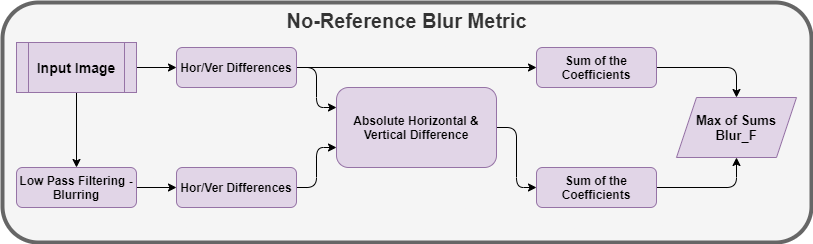
tsakalifas79/Thesis keeps this draw.io diagram as Draw/SystemFlowDiagram-No-Reference Blur Metric.png. Above is the earlier version. Source tidied: cells renumbered, new cells last; positions are measured from the earlier drawing's top-left corner, leaving out a move shared by most shapes. Source of this version:
```xml
<mxGraphModel>
  <root>
    <mxCell id="0" />
    <mxCell id="1" parent="0" />
    <mxCell id="2" value="&lt;font&gt;&lt;span style=&quot;font-size: 20px&quot;&gt;&lt;b&gt;No-Reference Blur Metric&lt;/b&gt;&lt;/span&gt;&lt;br&gt;&lt;/font&gt;" style="rounded=1;whiteSpace=wrap;html=1;verticalAlign=top;strokeColor=#666666;strokeWidth=4;fillColor=#f5f5f5;fontColor=#333333;" parent="1" vertex="1">
      <mxGeometry width="809" height="240" as="geometry" />
    </mxCell>
    <mxCell id="3" style="edgeStyle=orthogonalEdgeStyle;rounded=1;jettySize=auto;html=1;exitX=0.5;exitY=1;exitDx=0;exitDy=0;entryX=0.5;entryY=0;entryDx=0;entryDy=0;" parent="1" edge="1" source="5" target="7">
      <mxGeometry relative="1" as="geometry" />
    </mxCell>
    <mxCell id="4" style="edgeStyle=orthogonalEdgeStyle;rounded=1;jettySize=auto;html=1;exitX=1;exitY=0.5;exitDx=0;exitDy=0;entryX=0;entryY=0.5;entryDx=0;entryDy=0;" parent="1" edge="1" source="5" target="10">
      <mxGeometry relative="1" as="geometry" />
    </mxCell>
    <mxCell id="5" value="&lt;span style=&quot;font-size: 14px&quot;&gt;&lt;b&gt;Input Image&lt;br&gt;&lt;/b&gt;&lt;/span&gt;" style="shape=process;whiteSpace=wrap;html=1;backgroundOutline=1;fillColor=#e1d5e7;strokeColor=#9673a6;" parent="1" vertex="1">
      <mxGeometry x="14" y="40" width="120" height="50" as="geometry" />
    </mxCell>
    <mxCell id="6" style="edgeStyle=orthogonalEdgeStyle;rounded=1;jettySize=auto;html=1;exitX=1;exitY=0.5;exitDx=0;exitDy=0;entryX=0;entryY=0.5;entryDx=0;entryDy=0;" parent="1" edge="1" source="7" target="12">
      <mxGeometry relative="1" as="geometry" />
    </mxCell>
    <mxCell id="7" value="&lt;b&gt;&lt;span class=&quot;ILfuVd&quot;&gt;&lt;span class=&quot;hgKElc&quot;&gt;&lt;b&gt;Low Pass Filtering - Blurring&lt;/b&gt;&lt;/span&gt;&lt;/span&gt;&lt;/b&gt;" style="rounded=1;whiteSpace=wrap;html=1;fontSize=12;glass=0;strokeWidth=1;shadow=0;fillColor=#e1d5e7;strokeColor=#9673a6;" parent="1" vertex="1">
      <mxGeometry x="14" y="165" width="120" height="40" as="geometry" />
    </mxCell>
    <mxCell id="8" style="edgeStyle=orthogonalEdgeStyle;rounded=1;jettySize=auto;html=1;exitX=1;exitY=0.5;exitDx=0;exitDy=0;entryX=0;entryY=0.25;entryDx=0;entryDy=0;" parent="1" edge="1" source="10" target="14">
      <mxGeometry relative="1" as="geometry" />
    </mxCell>
    <mxCell id="9" style="edgeStyle=orthogonalEdgeStyle;rounded=1;jettySize=auto;html=1;exitX=1;exitY=0.5;exitDx=0;exitDy=0;entryX=0;entryY=0.5;entryDx=0;entryDy=0;" parent="1" edge="1" source="10" target="16">
      <mxGeometry relative="1" as="geometry" />
    </mxCell>
    <mxCell id="10" value="&lt;b&gt;&lt;span class=&quot;ILfuVd&quot;&gt;&lt;span class=&quot;hgKElc&quot;&gt;&lt;b&gt;Hor/Ver Differences&lt;/b&gt;&lt;/span&gt;&lt;/span&gt;&lt;/b&gt;" style="rounded=1;whiteSpace=wrap;html=1;fontSize=12;glass=0;strokeWidth=1;shadow=0;fillColor=#e1d5e7;strokeColor=#9673a6;" parent="1" vertex="1">
      <mxGeometry x="174" y="45" width="120" height="40" as="geometry" />
    </mxCell>
    <mxCell id="11" style="edgeStyle=orthogonalEdgeStyle;rounded=1;jettySize=auto;html=1;exitX=1;exitY=0.5;exitDx=0;exitDy=0;entryX=0;entryY=0.75;entryDx=0;entryDy=0;" parent="1" edge="1" source="12" target="14">
      <mxGeometry relative="1" as="geometry" />
    </mxCell>
    <mxCell id="12" value="&lt;b&gt;&lt;span class=&quot;ILfuVd&quot;&gt;&lt;span class=&quot;hgKElc&quot;&gt;&lt;b&gt;Hor/Ver Differences&lt;/b&gt;&lt;/span&gt;&lt;/span&gt;&lt;/b&gt;" style="rounded=1;whiteSpace=wrap;html=1;fontSize=12;glass=0;strokeWidth=1;shadow=0;fillColor=#e1d5e7;strokeColor=#9673a6;" parent="1" vertex="1">
      <mxGeometry x="174" y="165" width="120" height="40" as="geometry" />
    </mxCell>
    <mxCell id="13" style="edgeStyle=orthogonalEdgeStyle;rounded=1;jettySize=auto;html=1;exitX=1;exitY=0.5;exitDx=0;exitDy=0;entryX=0;entryY=0.5;entryDx=0;entryDy=0;" parent="1" edge="1" source="14" target="18">
      <mxGeometry relative="1" as="geometry" />
    </mxCell>
    <mxCell id="14" value="&lt;b&gt;Absolute Horizontal &amp;amp; Vertical Difference&lt;/b&gt;" style="rounded=1;whiteSpace=wrap;html=1;fontSize=12;glass=0;strokeWidth=1;shadow=0;fillColor=#e1d5e7;strokeColor=#9673a6;" parent="1" vertex="1">
      <mxGeometry x="334" y="85" width="160" height="80" as="geometry" />
    </mxCell>
    <mxCell id="15" style="edgeStyle=orthogonalEdgeStyle;rounded=1;jettySize=auto;html=1;exitX=1;exitY=0.5;exitDx=0;exitDy=0;entryX=0.5;entryY=0;entryDx=0;entryDy=0;" parent="1" edge="1" source="16" target="19">
      <mxGeometry relative="1" as="geometry" />
    </mxCell>
    <mxCell id="16" value="&lt;b&gt;Sum of the Coefficients&lt;/b&gt;" style="rounded=1;whiteSpace=wrap;html=1;fontSize=12;glass=0;strokeWidth=1;shadow=0;fillColor=#e1d5e7;strokeColor=#9673a6;" parent="1" vertex="1">
      <mxGeometry x="534" y="45" width="120" height="40" as="geometry" />
    </mxCell>
    <mxCell id="17" style="edgeStyle=orthogonalEdgeStyle;rounded=1;jettySize=auto;html=1;exitX=1;exitY=0.5;exitDx=0;exitDy=0;entryX=0.5;entryY=1;entryDx=0;entryDy=0;" parent="1" edge="1" source="18" target="19">
      <mxGeometry relative="1" as="geometry" />
    </mxCell>
    <mxCell id="18" value="&lt;b&gt;Sum of the Coefficients&lt;/b&gt;" style="rounded=1;whiteSpace=wrap;html=1;fontSize=12;glass=0;strokeWidth=1;shadow=0;fillColor=#e1d5e7;strokeColor=#9673a6;" parent="1" vertex="1">
      <mxGeometry x="534" y="165" width="120" height="40" as="geometry" />
    </mxCell>
    <mxCell id="19" value="&lt;b style=&quot;font-size: 13px&quot;&gt;Max of Sums&lt;br&gt;Blur_F&lt;/b&gt;" style="shape=parallelogram;perimeter=parallelogramPerimeter;whiteSpace=wrap;html=1;fixedSize=1;fillColor=#e1d5e7;strokeColor=#9673a6;" parent="1" vertex="1">
      <mxGeometry x="674" y="95" width="120" height="60" as="geometry" />
    </mxCell>
  </root>
</mxGraphModel>
```
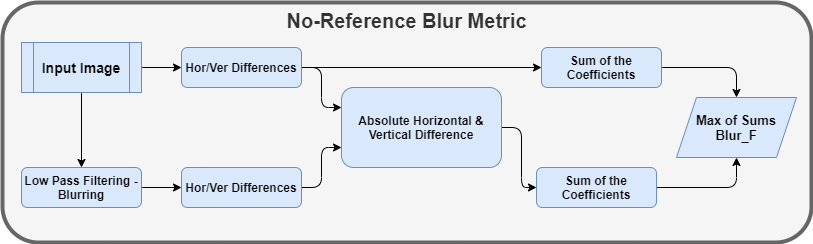
After the change.

The edit, as a diff of the source:
```diff
@@ -3,7 +3,7 @@
     <mxCell id="0" />
     <mxCell id="1" parent="0" />
     <mxCell id="2" value="&lt;font&gt;&lt;span style=&quot;font-size: 20px&quot;&gt;&lt;b&gt;No-Reference Blur Metric&lt;/b&gt;&lt;/span&gt;&lt;br&gt;&lt;/font&gt;" style="rounded=1;whiteSpace=wrap;html=1;verticalAlign=top;strokeColor=#666666;strokeWidth=4;fillColor=#f5f5f5;fontColor=#333333;" parent="1" vertex="1">
-      <mxGeometry width="809" height="240" as="geometry" />
+      <mxGeometry x="-5" width="809" height="240" as="geometry" />
     </mxCell>
     <mxCell id="3" style="edgeStyle=orthogonalEdgeStyle;rounded=1;jettySize=auto;html=1;exitX=0.5;exitY=1;exitDx=0;exitDy=0;entryX=0.5;entryY=0;entryDx=0;entryDy=0;" parent="1" edge="1" source="5" target="7">
       <mxGeometry relative="1" as="geometry" />
@@ -11,13 +11,13 @@
     <mxCell id="4" style="edgeStyle=orthogonalEdgeStyle;rounded=1;jettySize=auto;html=1;exitX=1;exitY=0.5;exitDx=0;exitDy=0;entryX=0;entryY=0.5;entryDx=0;entryDy=0;" parent="1" edge="1" source="5" target="10">
       <mxGeometry relative="1" as="geometry" />
     </mxCell>
-    <mxCell id="5" value="&lt;span style=&quot;font-size: 14px&quot;&gt;&lt;b&gt;Input Image&lt;br&gt;&lt;/b&gt;&lt;/span&gt;" style="shape=process;whiteSpace=wrap;html=1;backgroundOutline=1;fillColor=#e1d5e7;strokeColor=#9673a6;" parent="1" vertex="1">
+    <mxCell id="5" value="&lt;span style=&quot;font-size: 14px&quot;&gt;&lt;b&gt;Input Image&lt;br&gt;&lt;/b&gt;&lt;/span&gt;" style="shape=process;whiteSpace=wrap;html=1;backgroundOutline=1;fillColor=#dae8fc;strokeColor=#6c8ebf;" parent="1" vertex="1">
       <mxGeometry x="14" y="40" width="120" height="50" as="geometry" />
     </mxCell>
     <mxCell id="6" style="edgeStyle=orthogonalEdgeStyle;rounded=1;jettySize=auto;html=1;exitX=1;exitY=0.5;exitDx=0;exitDy=0;entryX=0;entryY=0.5;entryDx=0;entryDy=0;" parent="1" edge="1" source="7" target="12">
       <mxGeometry relative="1" as="geometry" />
     </mxCell>
-    <mxCell id="7" value="&lt;b&gt;&lt;span class=&quot;ILfuVd&quot;&gt;&lt;span class=&quot;hgKElc&quot;&gt;&lt;b&gt;Low Pass Filtering - Blurring&lt;/b&gt;&lt;/span&gt;&lt;/span&gt;&lt;/b&gt;" style="rounded=1;whiteSpace=wrap;html=1;fontSize=12;glass=0;strokeWidth=1;shadow=0;fillColor=#e1d5e7;strokeColor=#9673a6;" parent="1" vertex="1">
+    <mxCell id="7" value="&lt;b&gt;&lt;span class=&quot;ILfuVd&quot;&gt;&lt;span class=&quot;hgKElc&quot;&gt;&lt;b&gt;Low Pass Filtering - Blurring&lt;/b&gt;&lt;/span&gt;&lt;/span&gt;&lt;/b&gt;" style="rounded=1;whiteSpace=wrap;html=1;fontSize=12;glass=0;strokeWidth=1;shadow=0;fillColor=#dae8fc;strokeColor=#6c8ebf;" parent="1" vertex="1">
       <mxGeometry x="14" y="165" width="120" height="40" as="geometry" />
     </mxCell>
     <mxCell id="8" style="edgeStyle=orthogonalEdgeStyle;rounded=1;jettySize=auto;html=1;exitX=1;exitY=0.5;exitDx=0;exitDy=0;entryX=0;entryY=0.25;entryDx=0;entryDy=0;" parent="1" edge="1" source="10" target="14">
@@ -26,35 +26,35 @@
     <mxCell id="9" style="edgeStyle=orthogonalEdgeStyle;rounded=1;jettySize=auto;html=1;exitX=1;exitY=0.5;exitDx=0;exitDy=0;entryX=0;entryY=0.5;entryDx=0;entryDy=0;" parent="1" edge="1" source="10" target="16">
       <mxGeometry relative="1" as="geometry" />
     </mxCell>
-    <mxCell id="10" value="&lt;b&gt;&lt;span class=&quot;ILfuVd&quot;&gt;&lt;span class=&quot;hgKElc&quot;&gt;&lt;b&gt;Hor/Ver Differences&lt;/b&gt;&lt;/span&gt;&lt;/span&gt;&lt;/b&gt;" style="rounded=1;whiteSpace=wrap;html=1;fontSize=12;glass=0;strokeWidth=1;shadow=0;fillColor=#e1d5e7;strokeColor=#9673a6;" parent="1" vertex="1">
+    <mxCell id="10" value="&lt;b&gt;&lt;span class=&quot;ILfuVd&quot;&gt;&lt;span class=&quot;hgKElc&quot;&gt;&lt;b&gt;Hor/Ver Differences&lt;/b&gt;&lt;/span&gt;&lt;/span&gt;&lt;/b&gt;" style="rounded=1;whiteSpace=wrap;html=1;fontSize=12;glass=0;strokeWidth=1;shadow=0;fillColor=#dae8fc;strokeColor=#6c8ebf;" parent="1" vertex="1">
       <mxGeometry x="174" y="45" width="120" height="40" as="geometry" />
     </mxCell>
     <mxCell id="11" style="edgeStyle=orthogonalEdgeStyle;rounded=1;jettySize=auto;html=1;exitX=1;exitY=0.5;exitDx=0;exitDy=0;entryX=0;entryY=0.75;entryDx=0;entryDy=0;" parent="1" edge="1" source="12" target="14">
       <mxGeometry relative="1" as="geometry" />
     </mxCell>
-    <mxCell id="12" value="&lt;b&gt;&lt;span class=&quot;ILfuVd&quot;&gt;&lt;span class=&quot;hgKElc&quot;&gt;&lt;b&gt;Hor/Ver Differences&lt;/b&gt;&lt;/span&gt;&lt;/span&gt;&lt;/b&gt;" style="rounded=1;whiteSpace=wrap;html=1;fontSize=12;glass=0;strokeWidth=1;shadow=0;fillColor=#e1d5e7;strokeColor=#9673a6;" parent="1" vertex="1">
+    <mxCell id="12" value="&lt;b&gt;&lt;span class=&quot;ILfuVd&quot;&gt;&lt;span class=&quot;hgKElc&quot;&gt;&lt;b&gt;Hor/Ver Differences&lt;/b&gt;&lt;/span&gt;&lt;/span&gt;&lt;/b&gt;" style="rounded=1;whiteSpace=wrap;html=1;fontSize=12;glass=0;strokeWidth=1;shadow=0;fillColor=#dae8fc;strokeColor=#6c8ebf;" parent="1" vertex="1">
       <mxGeometry x="174" y="165" width="120" height="40" as="geometry" />
     </mxCell>
     <mxCell id="13" style="edgeStyle=orthogonalEdgeStyle;rounded=1;jettySize=auto;html=1;exitX=1;exitY=0.5;exitDx=0;exitDy=0;entryX=0;entryY=0.5;entryDx=0;entryDy=0;" parent="1" edge="1" source="14" target="18">
       <mxGeometry relative="1" as="geometry" />
     </mxCell>
-    <mxCell id="14" value="&lt;b&gt;Absolute Horizontal &amp;amp; Vertical Difference&lt;/b&gt;" style="rounded=1;whiteSpace=wrap;html=1;fontSize=12;glass=0;strokeWidth=1;shadow=0;fillColor=#e1d5e7;strokeColor=#9673a6;" parent="1" vertex="1">
+    <mxCell id="14" value="&lt;b&gt;Absolute Horizontal &amp;amp; Vertical Difference&lt;/b&gt;" style="rounded=1;whiteSpace=wrap;html=1;fontSize=12;glass=0;strokeWidth=1;shadow=0;fillColor=#dae8fc;strokeColor=#6c8ebf;" parent="1" vertex="1">
       <mxGeometry x="334" y="85" width="160" height="80" as="geometry" />
     </mxCell>
     <mxCell id="15" style="edgeStyle=orthogonalEdgeStyle;rounded=1;jettySize=auto;html=1;exitX=1;exitY=0.5;exitDx=0;exitDy=0;entryX=0.5;entryY=0;entryDx=0;entryDy=0;" parent="1" edge="1" source="16" target="19">
       <mxGeometry relative="1" as="geometry" />
     </mxCell>
-    <mxCell id="16" value="&lt;b&gt;Sum of the Coefficients&lt;/b&gt;" style="rounded=1;whiteSpace=wrap;html=1;fontSize=12;glass=0;strokeWidth=1;shadow=0;fillColor=#e1d5e7;strokeColor=#9673a6;" parent="1" vertex="1">
+    <mxCell id="16" value="&lt;b&gt;Sum of the Coefficients&lt;/b&gt;" style="rounded=1;whiteSpace=wrap;html=1;fontSize=12;glass=0;strokeWidth=1;shadow=0;fillColor=#dae8fc;strokeColor=#6c8ebf;" parent="1" vertex="1">
       <mxGeometry x="534" y="45" width="120" height="40" as="geometry" />
     </mxCell>
     <mxCell id="17" style="edgeStyle=orthogonalEdgeStyle;rounded=1;jettySize=auto;html=1;exitX=1;exitY=0.5;exitDx=0;exitDy=0;entryX=0.5;entryY=1;entryDx=0;entryDy=0;" parent="1" edge="1" source="18" target="19">
       <mxGeometry relative="1" as="geometry" />
     </mxCell>
-    <mxCell id="18" value="&lt;b&gt;Sum of the Coefficients&lt;/b&gt;" style="rounded=1;whiteSpace=wrap;html=1;fontSize=12;glass=0;strokeWidth=1;shadow=0;fillColor=#e1d5e7;strokeColor=#9673a6;" parent="1" vertex="1">
-      <mxGeometry x="534" y="165" width="120" height="40" as="geometry" />
+    <mxCell id="18" value="&lt;b&gt;Sum of the Coefficients&lt;/b&gt;" style="rounded=1;whiteSpace=wrap;html=1;fontSize=12;glass=0;strokeWidth=1;shadow=0;fillColor=#dae8fc;strokeColor=#6c8ebf;" parent="1" vertex="1">
+      <mxGeometry x="529" y="165" width="120" height="40" as="geometry" />
     </mxCell>
-    <mxCell id="19" value="&lt;b style=&quot;font-size: 13px&quot;&gt;Max of Sums&lt;br&gt;Blur_F&lt;/b&gt;" style="shape=parallelogram;perimeter=parallelogramPerimeter;whiteSpace=wrap;html=1;fixedSize=1;fillColor=#e1d5e7;strokeColor=#9673a6;" parent="1" vertex="1">
-      <mxGeometry x="674" y="95" width="120" height="60" as="geometry" />
+    <mxCell id="19" value="&lt;b style=&quot;font-size: 13px&quot;&gt;Max of Sums&lt;br&gt;Blur_F&lt;/b&gt;" style="shape=parallelogram;perimeter=parallelogramPerimeter;whiteSpace=wrap;html=1;fixedSize=1;fillColor=#dae8fc;strokeColor=#6c8ebf;" parent="1" vertex="1">
+      <mxGeometry x="669" y="95" width="120" height="60" as="geometry" />
     </mxCell>
   </root>
 </mxGraphModel>
```
